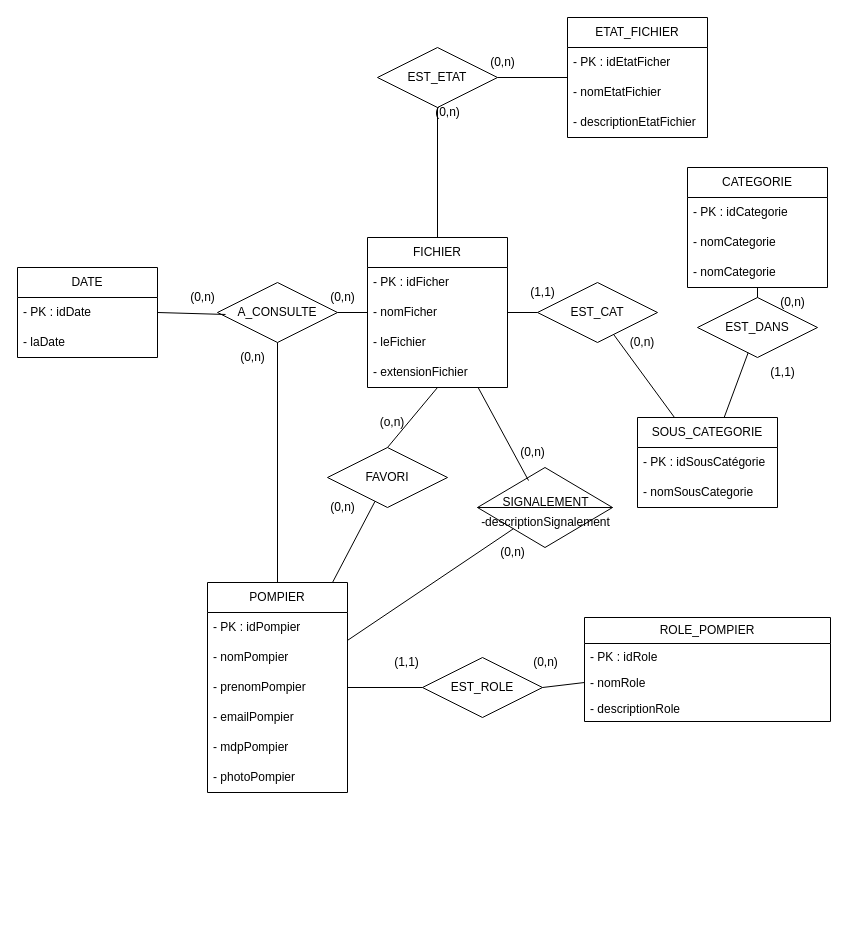
Above: page "MCD" (2 of 5) of docs/UML.drawio in Nathan-Etave/Hades (draw.io), before the change. Source tidied: cells renumbered, new cells numbered last; positions are measured from the earlier drawing's top-left corner, leaving out a move shared by most shapes. Both pictures are drawn from the tidied source at 100%, with x=0, y=0 at pixel (17, 17).
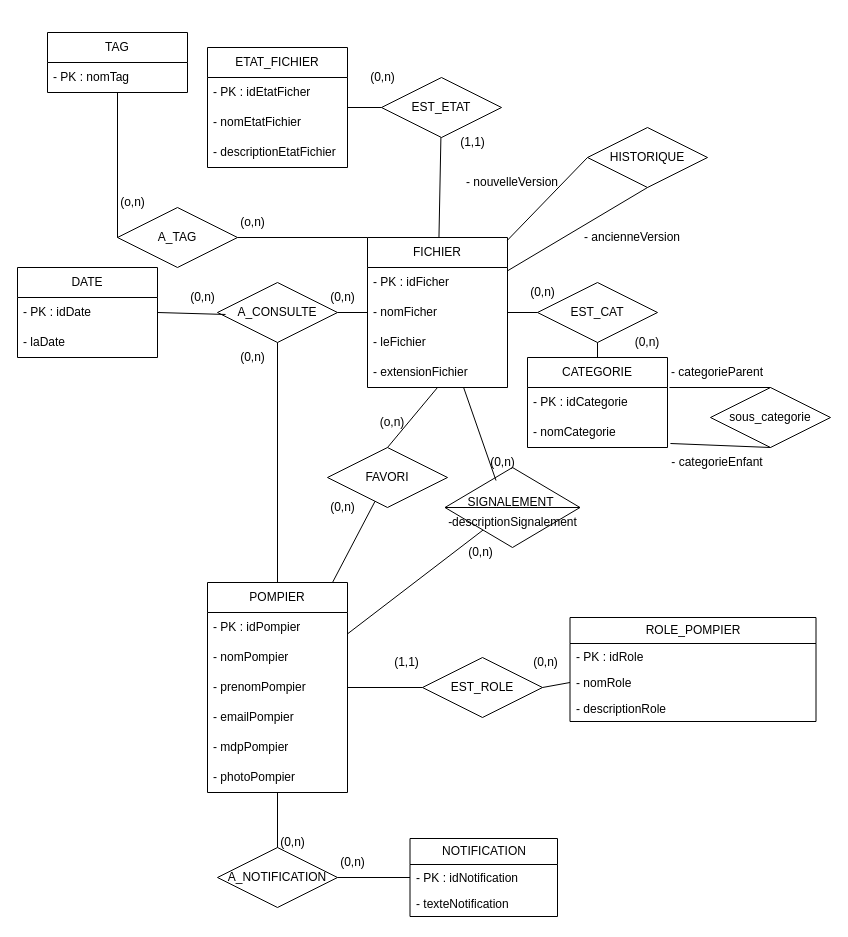
Above is the later version.

Unchanged cells that the change refers to:
```xml
<mxCell id="6" value="POMPIER" style="swimlane;fontStyle=0;horizontal=1;startSize=30;whiteSpace=wrap;html=1;" parent="1" vertex="1">
  <mxGeometry x="190" y="565" width="140" height="210" as="geometry" />
</mxCell>
<mxCell id="14" value="- PK : idCategorie" style="text;strokeColor=none;fillColor=none;align=left;verticalAlign=middle;spacingLeft=4;spacingRight=4;overflow=hidden;points=[[0,0.5],[1,0.5]];portConstraint=eastwest;whiteSpace=wrap;html=1;" parent="13" vertex="1">
  <mxGeometry y="30" width="140" height="30" as="geometry" />
</mxCell>
<mxCell id="15" value="- nomCategorie" style="text;strokeColor=none;fillColor=none;align=left;verticalAlign=middle;spacingLeft=4;spacingRight=4;overflow=hidden;points=[[0,0.5],[1,0.5]];portConstraint=eastwest;whiteSpace=wrap;html=1;" parent="13" vertex="1">
  <mxGeometry y="60" width="140" height="30" as="geometry" />
</mxCell>
<mxCell id="23" value="EST_CAT" style="shape=rhombus;perimeter=rhombusPerimeter;whiteSpace=wrap;html=1;align=center;" parent="1" vertex="1">
  <mxGeometry x="520" y="265" width="120" height="60" as="geometry" />
</mxCell>
<mxCell id="29" value="FICHIER" style="swimlane;fontStyle=0;horizontal=1;startSize=30;whiteSpace=wrap;html=1;" parent="1" vertex="1">
  <mxGeometry x="350" y="220" width="140" height="150" as="geometry" />
</mxCell>
```

The edit, as a diff of the source:
```diff
@@
     <mxCell id="2" value="ROLE_POMPIER" style="swimlane;fontStyle=0;horizontal=1;startSize=26;fillColor=none;whiteSpace=wrap;html=1;" parent="1" vertex="1">
-      <mxGeometry x="567" y="600" width="246" height="104" as="geometry" />
+      <mxGeometry x="552.5" y="600" width="246" height="104" as="geometry" />
     </mxCell>
@@
     <mxCell id="13" value="CATEGORIE" style="swimlane;fontStyle=0;horizontal=1;startSize=30;whiteSpace=wrap;html=1;" parent="1" vertex="1">
-      <mxGeometry x="670" y="150" width="140" height="120" as="geometry" />
+      <mxGeometry x="510" y="340" width="140" height="90" as="geometry" />
     </mxCell>
@@
-    <mxCell id="16" value="- nomCategorie" style="text;strokeColor=none;fillColor=none;align=left;verticalAlign=middle;spacingLeft=4;spacingRight=4;overflow=hidden;whiteSpace=wrap;html=1;" parent="13" vertex="1">
-      <mxGeometry y="90" width="140" height="30" as="geometry" />
-    </mxCell>
-    <mxCell id="17" value="SOUS_CATEGORIE" style="swimlane;fontStyle=0;horizontal=1;startSize=30;whiteSpace=wrap;html=1;" parent="1" vertex="1">
-      <mxGeometry x="620" y="400" width="140" height="90" as="geometry" />
-    </mxCell>
-    <mxCell id="18" value="- PK : idSousCatégorie" style="text;strokeColor=none;fillColor=none;align=left;verticalAlign=middle;spacingLeft=4;spacingRight=4;overflow=hidden;whiteSpace=wrap;html=1;" parent="17" vertex="1">
-      <mxGeometry y="30" width="140" height="30" as="geometry" />
-    </mxCell>
-    <mxCell id="19" value="- nomSousCategorie" style="text;strokeColor=none;fillColor=none;align=left;verticalAlign=middle;spacingLeft=4;spacingRight=4;overflow=hidden;whiteSpace=wrap;html=1;" parent="17" vertex="1">
-      <mxGeometry y="60" width="140" height="30" as="geometry" />
-    </mxCell>
@@
     <mxCell id="26" style="shape=rhombus;perimeter=rhombusPerimeter;whiteSpace=wrap;html=1;align=center;" parent="1" vertex="1">
-      <mxGeometry x="460" y="450" width="135" height="80" as="geometry" />
+      <mxGeometry x="427.5" y="450" width="135" height="80" as="geometry" />
     </mxCell>
@@
     <mxCell id="28" value="EST_ETAT" style="shape=rhombus;perimeter=rhombusPerimeter;whiteSpace=wrap;html=1;align=center;" parent="1" vertex="1">
-      <mxGeometry x="360" y="30" width="120" height="60" as="geometry" />
+      <mxGeometry x="364" y="60" width="120" height="60" as="geometry" />
     </mxCell>
@@
     <mxCell id="37" value="(0,n)" style="text;html=1;align=center;verticalAlign=middle;strokeColor=none;fillColor=none;" parent="1" vertex="1">
-      <mxGeometry x="470" y="520" width="50" height="30" as="geometry" />
+      <mxGeometry x="437.5" y="520" width="50" height="30" as="geometry" />
     </mxCell>
-    <mxCell id="38" value="ETAT_FICHIER" style="swimlane;fontStyle=0;horizontal=1;startSize=30;whiteSpace=wrap;html=1;" parent="1" vertex="1">
-      <mxGeometry x="550" width="140" height="120" as="geometry" />
-    </mxCell>
-    <mxCell id="39" value="- PK : idEtatFicher" style="text;strokeColor=none;fillColor=none;align=left;verticalAlign=middle;spacingLeft=4;spacingRight=4;overflow=hidden;whiteSpace=wrap;html=1;" parent="38" vertex="1">
-      <mxGeometry y="30" width="140" height="30" as="geometry" />
-    </mxCell>
-    <mxCell id="40" value="- nomEtatFichier" style="text;strokeColor=none;fillColor=none;align=left;verticalAlign=middle;spacingLeft=4;spacingRight=4;overflow=hidden;whiteSpace=wrap;html=1;" parent="38" vertex="1">
-      <mxGeometry y="60" width="140" height="30" as="geometry" />
-    </mxCell>
-    <mxCell id="41" value="- descriptionEtatFichier" style="text;strokeColor=none;fillColor=none;align=left;verticalAlign=middle;spacingLeft=4;spacingRight=4;overflow=hidden;whiteSpace=wrap;html=1;" parent="38" vertex="1">
-      <mxGeometry y="90" width="140" height="30" as="geometry" />
-    </mxCell>
@@
-    <mxCell id="43" style="endArrow=none;html=1;rounded=0;exitX=1;exitY=0.5;exitDx=0;exitDy=0;" parent="1" edge="1" source="28" target="38">
+    <mxCell id="43" style="endArrow=none;html=1;rounded=0;" parent="1" edge="1" source="28" target="38">
       <mxGeometry relative="1" as="geometry" />
     </mxCell>
@@
-    <mxCell id="46" value="EST_DANS" style="shape=rhombus;perimeter=rhombusPerimeter;whiteSpace=wrap;html=1;align=center;" parent="1" vertex="1">
-      <mxGeometry x="680" y="280" width="120" height="60" as="geometry" />
-    </mxCell>
-    <mxCell id="47" value="(0,n)" style="text;html=1;align=center;verticalAlign=middle;strokeColor=none;fillColor=none;" parent="1" vertex="1">
-      <mxGeometry x="460" y="30" width="50" height="30" as="geometry" />
+    <mxCell id="47" value="(1,1)" style="text;html=1;align=center;verticalAlign=middle;strokeColor=none;fillColor=none;" parent="1" vertex="1">
+      <mxGeometry x="430" y="110" width="50" height="30" as="geometry" />
     </mxCell>
     <mxCell id="48" value="(0,n)" style="text;html=1;align=center;verticalAlign=middle;strokeColor=none;fillColor=none;" parent="1" vertex="1">
-      <mxGeometry x="405" y="80" width="50" height="30" as="geometry" />
+      <mxGeometry x="340" y="45" width="50" height="30" as="geometry" />
     </mxCell>
-    <mxCell id="49" style="endArrow=none;html=1;rounded=0;" parent="1" edge="1" source="17" target="46">
-      <mxGeometry relative="1" as="geometry" />
-    </mxCell>
-    <mxCell id="50" style="endArrow=none;html=1;rounded=0;entryX=0.5;entryY=0;entryDx=0;entryDy=0;exitX=0.5;exitY=1;exitDx=0;exitDy=0;" parent="1" edge="1" source="13" target="46">
-      <mxGeometry relative="1" as="geometry" />
-    </mxCell>
-    <mxCell id="51" value="(1,1)" style="text;html=1;align=center;verticalAlign=middle;strokeColor=none;fillColor=none;" parent="1" vertex="1">
-      <mxGeometry x="740" y="340" width="50" height="30" as="geometry" />
-    </mxCell>
@@
-    <mxCell id="53" style="endArrow=none;html=1;rounded=0;" parent="1" edge="1" source="23" target="17">
+    <mxCell id="53" style="endArrow=none;html=1;rounded=0;" parent="1" edge="1" source="23" target="13">
       <mxGeometry relative="1" as="geometry" />
     </mxCell>
     <mxCell id="54" value="-descriptionSignalement" style="text;html=1;align=center;verticalAlign=middle;strokeColor=none;fillColor=none;" parent="1" vertex="1">
-      <mxGeometry x="452.5" y="490" width="150" height="30" as="geometry" />
+      <mxGeometry x="420" y="490" width="150" height="30" as="geometry" />
     </mxCell>
-    <mxCell id="55" value="(0,n)" style="text;html=1;align=center;verticalAlign=middle;strokeColor=none;fillColor=none;" parent="1" vertex="1">
-      <mxGeometry x="750" y="270" width="50" height="30" as="geometry" />
-    </mxCell>
@@
     <mxCell id="57" value="SIGNALEMENT" style="text;html=1;align=center;verticalAlign=middle;strokeColor=none;fillColor=none;" parent="1" vertex="1">
-      <mxGeometry x="472.5" y="470" width="110" height="30" as="geometry" />
+      <mxGeometry x="437.5" y="470" width="110" height="30" as="geometry" />
     </mxCell>
@@
     <mxCell id="68" value="(0,n)" style="text;html=1;align=center;verticalAlign=middle;strokeColor=none;fillColor=none;" parent="1" vertex="1">
-      <mxGeometry x="490" y="420" width="50" height="30" as="geometry" />
+      <mxGeometry x="460" y="430" width="50" height="30" as="geometry" />
     </mxCell>
     <mxCell id="69" value="(0,n)" style="text;html=1;strokeColor=none;fillColor=none;align=center;verticalAlign=middle;whiteSpace=wrap;rounded=0;" parent="1" vertex="1">
-      <mxGeometry x="595" y="310" width="60" height="30" as="geometry" />
+      <mxGeometry x="600" y="310" width="60" height="30" as="geometry" />
     </mxCell>
@@
-    <mxCell id="71" value="(1,1)" style="text;html=1;align=center;verticalAlign=middle;strokeColor=none;fillColor=none;" parent="1" vertex="1">
+    <mxCell id="71" value="(0,n)" style="text;html=1;align=center;verticalAlign=middle;strokeColor=none;fillColor=none;" parent="1" vertex="1">
       <mxGeometry x="500" y="260" width="50" height="30" as="geometry" />
     </mxCell>
+    <mxCell id="72" value="sous_categorie" style="shape=rhombus;perimeter=rhombusPerimeter;whiteSpace=wrap;html=1;align=center;" parent="1" vertex="1">
+      <mxGeometry x="693" y="370" width="120" height="60" as="geometry" />
+    </mxCell>
+    <mxCell id="73" style="endArrow=none;html=1;rounded=0;entryX=0.5;entryY=0;entryDx=0;entryDy=0;exitX=1.014;exitY=0;exitDx=0;exitDy=0;exitPerimeter=0;" parent="1" edge="1" source="14" target="72">
+      <mxGeometry relative="1" as="geometry" />
+    </mxCell>
+    <mxCell id="74" style="endArrow=none;html=1;rounded=0;entryX=0.5;entryY=1;entryDx=0;entryDy=0;exitX=1.021;exitY=0.867;exitDx=0;exitDy=0;exitPerimeter=0;" parent="1" edge="1" source="15" target="72">
+      <mxGeometry relative="1" as="geometry" />
+    </mxCell>
+    <mxCell id="75" value="TAG" style="swimlane;fontStyle=0;horizontal=1;startSize=30;whiteSpace=wrap;html=1;" parent="1" vertex="1">
+      <mxGeometry x="30" y="15" width="140" height="60" as="geometry" />
+    </mxCell>
+    <mxCell id="76" value="- PK : nomTag" style="text;strokeColor=none;fillColor=none;align=left;verticalAlign=middle;spacingLeft=4;spacingRight=4;overflow=hidden;whiteSpace=wrap;html=1;" parent="75" vertex="1">
+      <mxGeometry y="30" width="140" height="30" as="geometry" />
+    </mxCell>
+    <mxCell id="77" value="A_TAG" style="shape=rhombus;perimeter=rhombusPerimeter;whiteSpace=wrap;html=1;align=center;" parent="1" vertex="1">
+      <mxGeometry x="100" y="190" width="120" height="60" as="geometry" />
+    </mxCell>
+    <mxCell id="78" style="endArrow=none;html=1;rounded=0;entryX=0;entryY=0;entryDx=0;entryDy=0;exitX=1;exitY=0.5;exitDx=0;exitDy=0;" parent="1" edge="1" source="77" target="29">
+      <mxGeometry relative="1" as="geometry" />
+    </mxCell>
+    <mxCell id="79" style="endArrow=none;html=1;rounded=0;entryX=0;entryY=0.5;entryDx=0;entryDy=0;" parent="1" edge="1" source="75" target="77">
+      <mxGeometry relative="1" as="geometry" />
+    </mxCell>
+    <mxCell id="80" value="(o,n)" style="text;html=1;align=center;verticalAlign=middle;strokeColor=none;fillColor=none;" parent="1" vertex="1">
+      <mxGeometry x="90" y="170" width="50" height="30" as="geometry" />
+    </mxCell>
+    <mxCell id="81" value="(o,n)" style="text;html=1;align=center;verticalAlign=middle;strokeColor=none;fillColor=none;" parent="1" vertex="1">
+      <mxGeometry x="210" y="190" width="50" height="30" as="geometry" />
+    </mxCell>
+    <mxCell id="82" value="- ancienneVersion" style="text;html=1;strokeColor=none;fillColor=none;align=center;verticalAlign=middle;whiteSpace=wrap;rounded=0;" parent="1" vertex="1">
+      <mxGeometry x="555" y="205" width="120" height="30" as="geometry" />
+    </mxCell>
+    <mxCell id="83" value="- nouvelleVersion" style="text;html=1;strokeColor=none;fillColor=none;align=center;verticalAlign=middle;whiteSpace=wrap;rounded=0;" parent="1" vertex="1">
+      <mxGeometry x="435" y="150" width="120" height="30" as="geometry" />
+    </mxCell>
+    <mxCell id="38" value="ETAT_FICHIER" style="swimlane;fontStyle=0;horizontal=1;startSize=30;whiteSpace=wrap;html=1;" parent="1" vertex="1">
+      <mxGeometry x="190" y="30" width="140" height="120" as="geometry" />
+    </mxCell>
+    <mxCell id="39" value="- PK : idEtatFicher" style="text;strokeColor=none;fillColor=none;align=left;verticalAlign=middle;spacingLeft=4;spacingRight=4;overflow=hidden;whiteSpace=wrap;html=1;" parent="38" vertex="1">
+      <mxGeometry y="30" width="140" height="30" as="geometry" />
+    </mxCell>
+    <mxCell id="40" value="- nomEtatFichier" style="text;strokeColor=none;fillColor=none;align=left;verticalAlign=middle;spacingLeft=4;spacingRight=4;overflow=hidden;whiteSpace=wrap;html=1;" parent="38" vertex="1">
+      <mxGeometry y="60" width="140" height="30" as="geometry" />
+    </mxCell>
+    <mxCell id="41" value="- descriptionEtatFichier" style="text;strokeColor=none;fillColor=none;align=left;verticalAlign=middle;spacingLeft=4;spacingRight=4;overflow=hidden;whiteSpace=wrap;html=1;" parent="38" vertex="1">
+      <mxGeometry y="90" width="140" height="30" as="geometry" />
+    </mxCell>
+    <mxCell id="84" value="HISTORIQUE" style="shape=rhombus;perimeter=rhombusPerimeter;whiteSpace=wrap;html=1;align=center;" parent="1" vertex="1">
+      <mxGeometry x="570" y="110" width="120" height="60" as="geometry" />
+    </mxCell>
+    <mxCell id="85" style="endArrow=none;html=1;rounded=0;entryX=0;entryY=0.5;entryDx=0;entryDy=0;" parent="1" edge="1" source="29" target="84">
+      <mxGeometry relative="1" as="geometry" />
+    </mxCell>
+    <mxCell id="86" style="endArrow=none;html=1;rounded=0;entryX=0.5;entryY=1;entryDx=0;entryDy=0;" parent="1" edge="1" source="29" target="84">
+      <mxGeometry relative="1" as="geometry" />
+    </mxCell>
+    <mxCell id="87" value="- categorieParent" style="text;html=1;strokeColor=none;fillColor=none;align=center;verticalAlign=middle;whiteSpace=wrap;rounded=0;" parent="1" vertex="1">
+      <mxGeometry x="640" y="340" width="120" height="30" as="geometry" />
+    </mxCell>
+    <mxCell id="88" value="- categorieEnfant" style="text;html=1;strokeColor=none;fillColor=none;align=center;verticalAlign=middle;whiteSpace=wrap;rounded=0;" parent="1" vertex="1">
+      <mxGeometry x="640" y="430" width="120" height="30" as="geometry" />
+    </mxCell>
+    <mxCell id="89" value="NOTIFICATION" style="swimlane;fontStyle=0;horizontal=1;startSize=26;fillColor=none;whiteSpace=wrap;html=1;" parent="1" vertex="1">
+      <mxGeometry x="392.5" y="821" width="147.5" height="78" as="geometry" />
+    </mxCell>
+    <mxCell id="90" value="- PK : idNotification" style="text;strokeColor=none;fillColor=none;align=left;verticalAlign=top;spacingLeft=4;spacingRight=4;overflow=hidden;whiteSpace=wrap;html=1;" parent="89" vertex="1">
+      <mxGeometry y="26" width="147.5" height="26" as="geometry" />
+    </mxCell>
+    <mxCell id="91" value="- texteNotification" style="text;strokeColor=none;fillColor=none;align=left;verticalAlign=top;spacingLeft=4;spacingRight=4;overflow=hidden;whiteSpace=wrap;html=1;" parent="89" vertex="1">
+      <mxGeometry y="52" width="147.5" height="26" as="geometry" />
+    </mxCell>
+    <mxCell id="92" value="A_NOTIFICATION" style="shape=rhombus;perimeter=rhombusPerimeter;whiteSpace=wrap;html=1;align=center;" parent="1" vertex="1">
+      <mxGeometry x="200" y="830" width="120" height="60" as="geometry" />
+    </mxCell>
+    <mxCell id="93" style="endArrow=none;html=1;rounded=0;" parent="1" edge="1" source="6" target="92">
+      <mxGeometry relative="1" as="geometry" />
+    </mxCell>
+    <mxCell id="94" style="endArrow=none;html=1;rounded=0;" parent="1" edge="1" source="92" target="89">
+      <mxGeometry relative="1" as="geometry" />
+    </mxCell>
+    <mxCell id="95" value="(0,n)" style="text;html=1;align=center;verticalAlign=middle;strokeColor=none;fillColor=none;" parent="1" vertex="1">
+      <mxGeometry x="250" y="810" width="50" height="30" as="geometry" />
+    </mxCell>
+    <mxCell id="96" value="(0,n)" style="text;html=1;align=center;verticalAlign=middle;strokeColor=none;fillColor=none;" parent="1" vertex="1">
+      <mxGeometry x="310" y="830" width="50" height="30" as="geometry" />
+    </mxCell>
```
